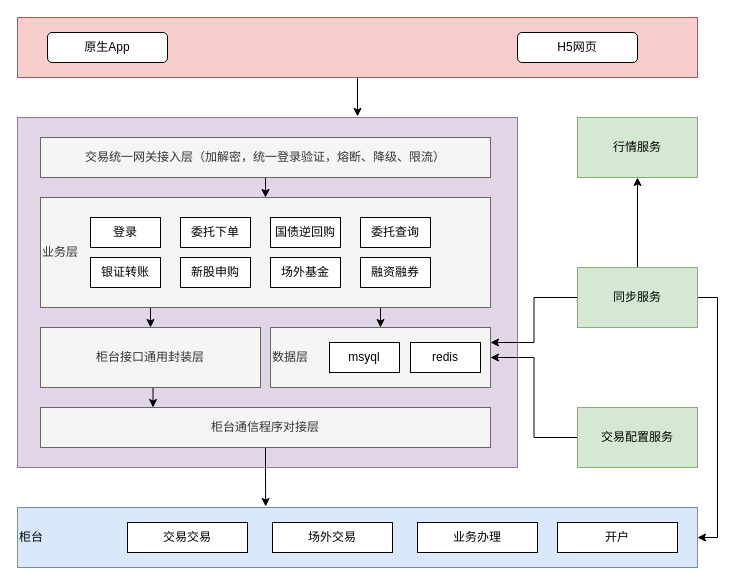
Above: Untitled Diagram.drawio in WindRain20140210/files-ArchitectureDiagram (draw.io), before the change. Source tidied: cells renumbered, new cells numbered last; positions are measured from the earlier drawing's top-left corner, leaving out a move shared by most shapes. Both pictures are drawn from the tidied source at 100%, with x=0, y=0 at pixel (17, 17).
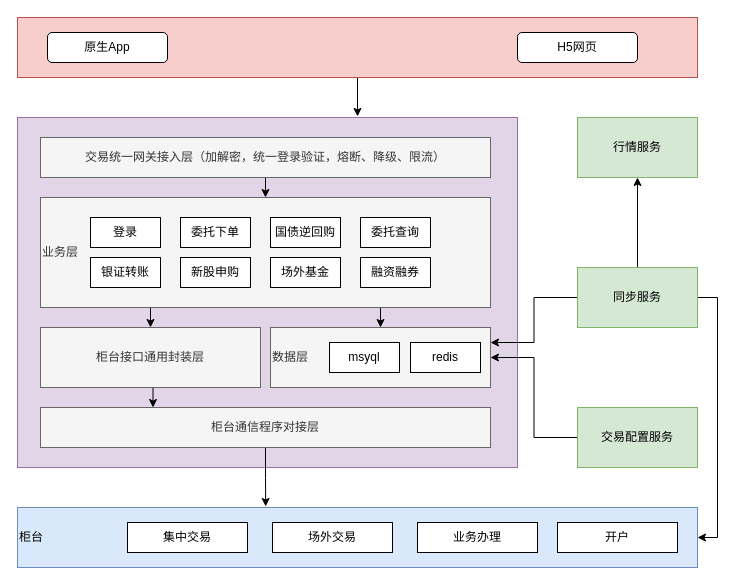
The same page after the edit.

The edit, as a diff of the source:
```diff
@@
-    <mxCell id="26" value="交易交易" style="rounded=0;whiteSpace=wrap;html=1;" parent="1" vertex="1">
+    <mxCell id="26" value="集中交易" style="rounded=0;whiteSpace=wrap;html=1;" parent="1" vertex="1">
       <mxGeometry x="110" y="505" width="120" height="30" as="geometry" />
     </mxCell>
```
